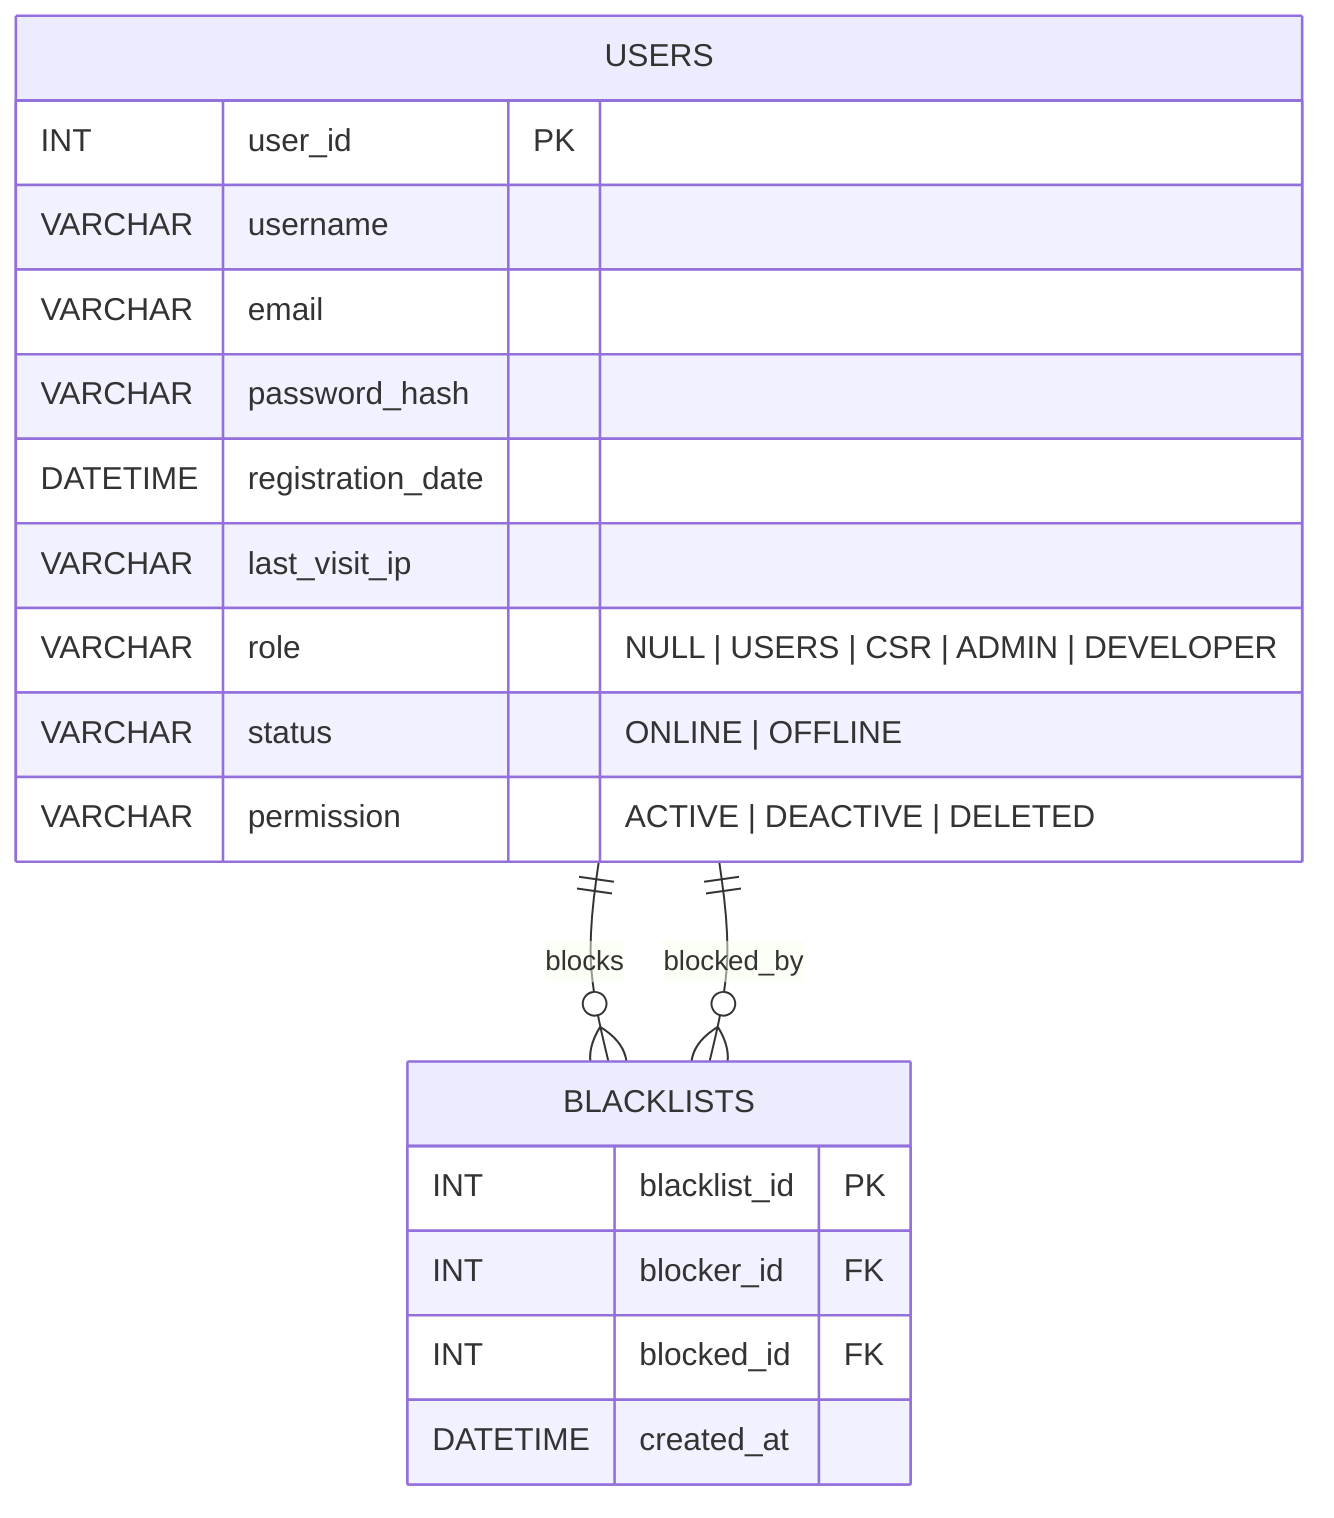
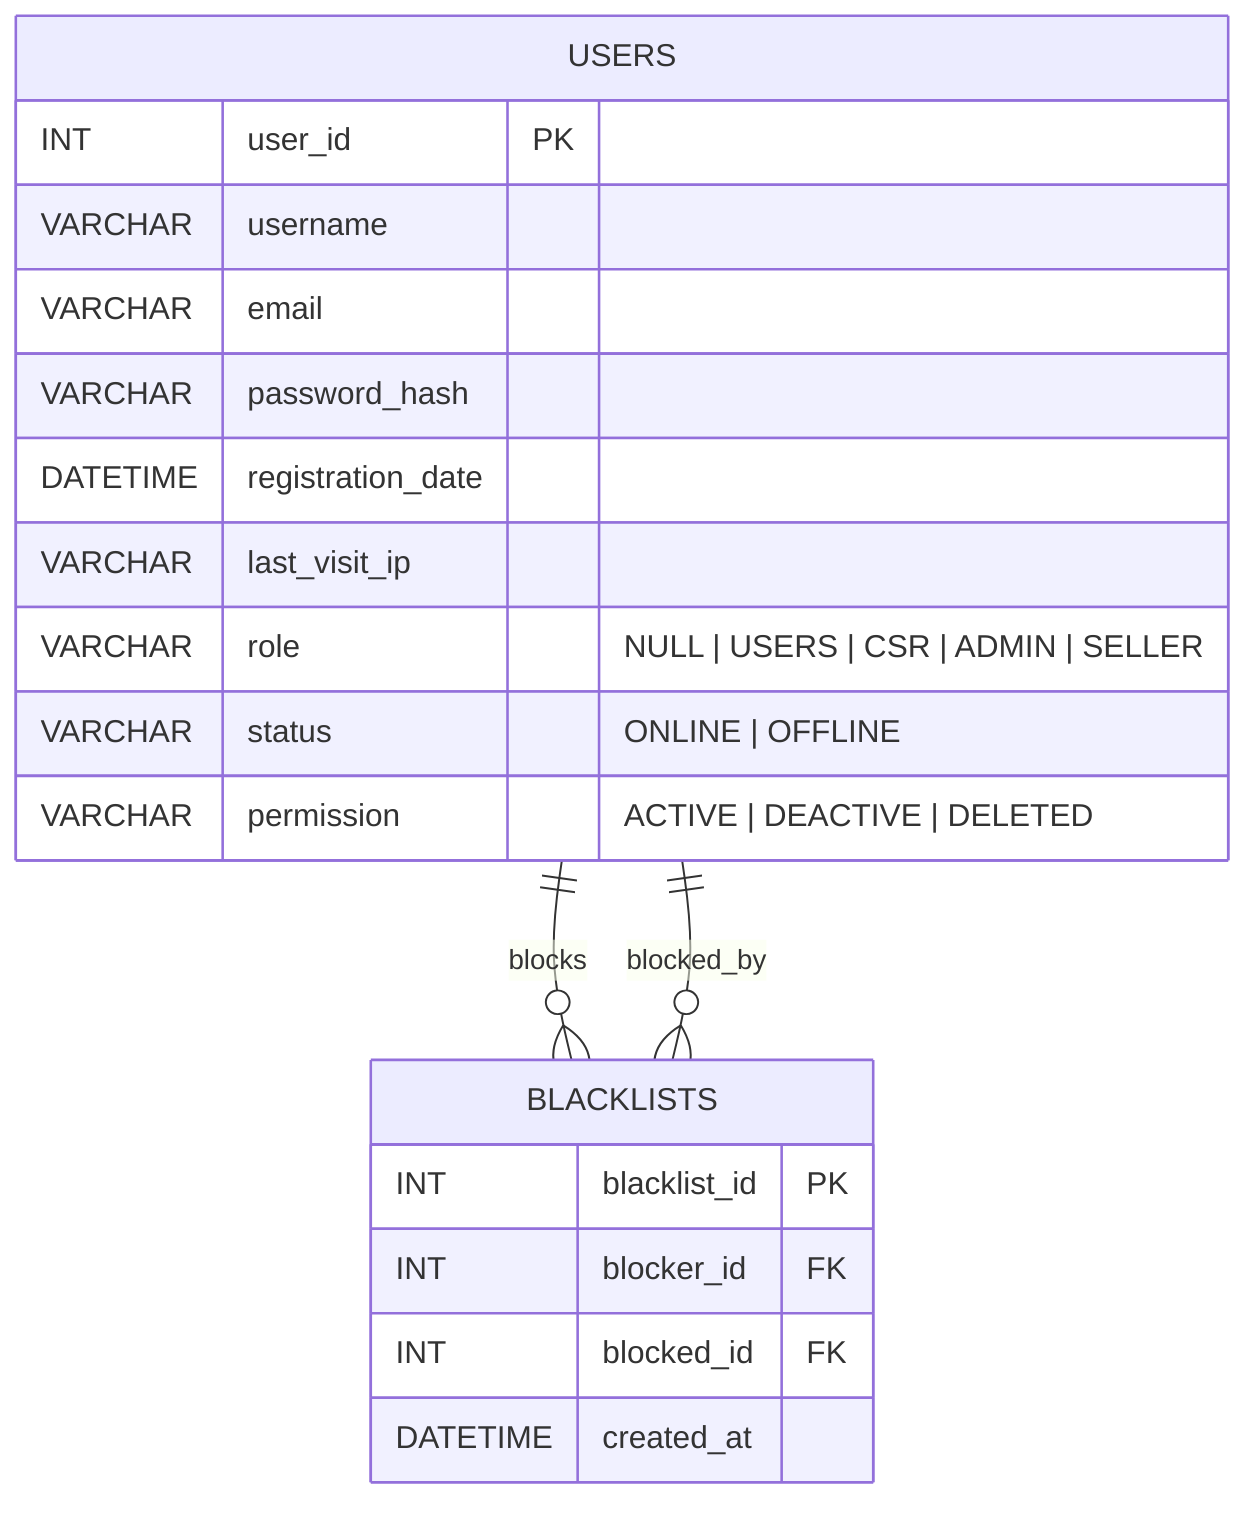
erDiagram
    USERS {
        INT user_id PK
        VARCHAR username
        VARCHAR email
        VARCHAR password_hash
        DATETIME registration_date
        VARCHAR last_visit_ip
-         VARCHAR role "NULL | USERS | CSR | ADMIN | DEVELOPER"
+         VARCHAR role "NULL | USERS | CSR | ADMIN | SELLER"
        VARCHAR status "ONLINE | OFFLINE"
        VARCHAR permission "ACTIVE | DEACTIVE | DELETED"
    }
    BLACKLISTS {
        INT blacklist_id PK
        INT blocker_id FK
        INT blocked_id FK
        DATETIME created_at
    }

    USERS ||--o{ BLACKLISTS : blocks
    USERS ||--o{ BLACKLISTS : blocked_by
